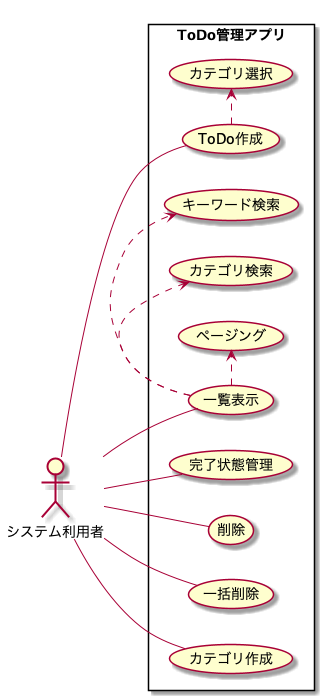
The PlantUML diagram out/docs/Usecase/ToDo/ToDo.png in OnoYuta/app-todo-list, before a commit.
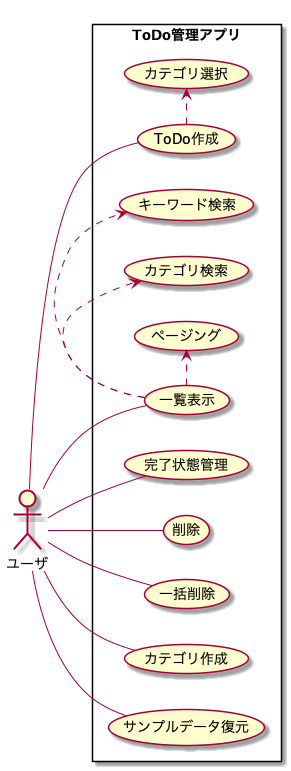
After the commit.

Commit message:
add restore sample data usecase to diagram

The edit, as a diff of the source:
```diff
@@ -1,17 +1,18 @@
 @startuml
 left to right direction
 skinparam packageStyle rectangle
-actor システム利用者
+actor ユーザ
 rectangle ToDo管理アプリ {
-  システム利用者 -- (ToDo作成)
+  ユーザ -- (ToDo作成)
   (ToDo作成) .> (カテゴリ選択)
-  システム利用者 -- (完了状態管理)
-  システム利用者 -- (一覧表示)
+  ユーザ -- (完了状態管理)
+  ユーザ -- (一覧表示)
   (一覧表示) .> (キーワード検索)
   (一覧表示) .> (カテゴリ検索)
   (一覧表示) .> (ページング)
-  システム利用者 -- (削除)
-  システム利用者 -- (一括削除)
-  システム利用者 -- (カテゴリ作成)
+  ユーザ -- (削除)
+  ユーザ -- (一括削除)
+  ユーザ -- (カテゴリ作成)
+  ユーザ -- (サンプルデータ復元)
 }
 @enduml
```
